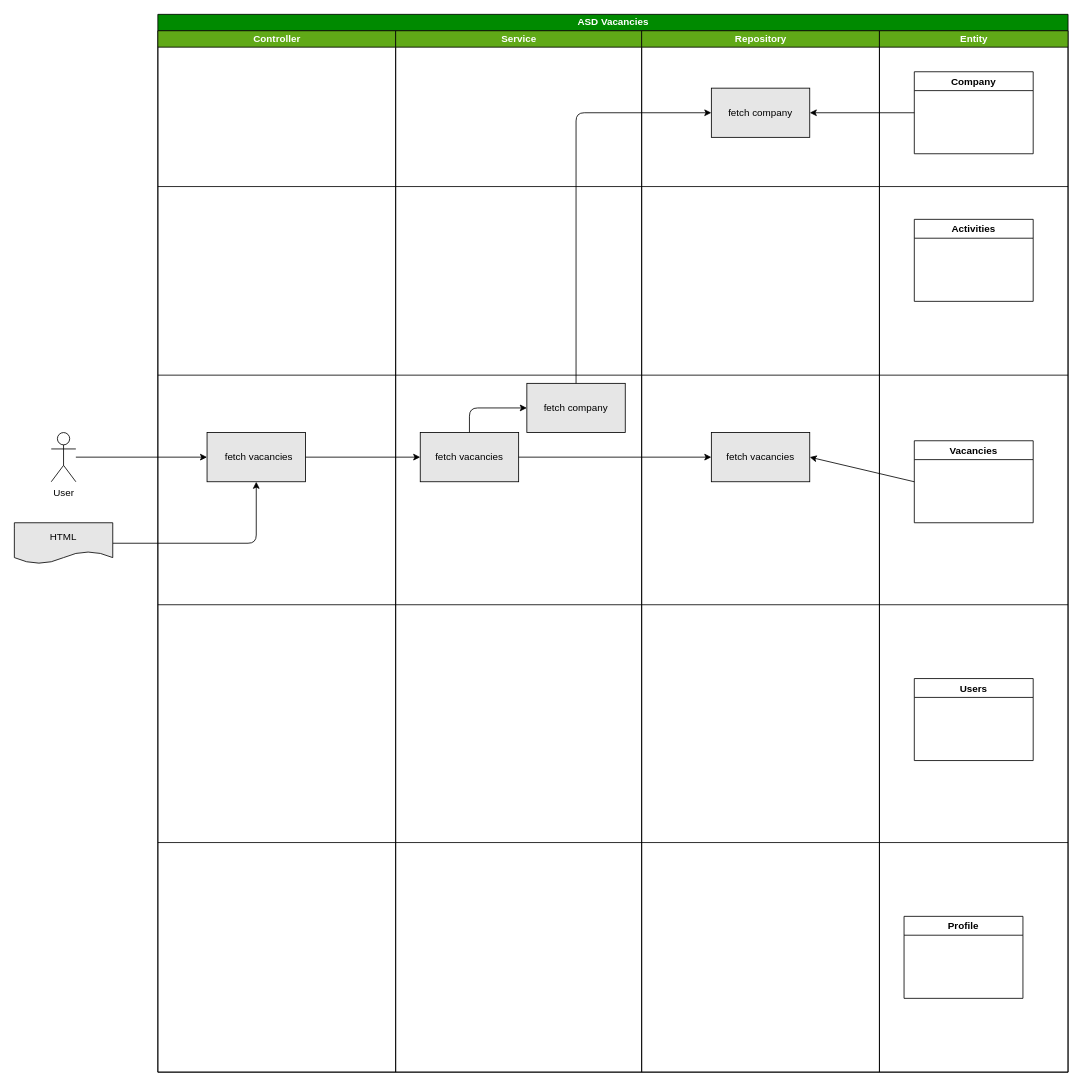
This is documents/asd/VAC-ASD-vacancies-AS-v1.drawio from AaronSaya/educom-symfony-1690191754, a draw.io file, before an edit. Source tidied: cells renumbered, new cells numbered last; positions are measured from the earlier drawing's top-left corner, leaving out a move shared by most shapes. Both pictures are drawn from the tidied source at 82%, with x=0, y=0 at pixel (14, 14).
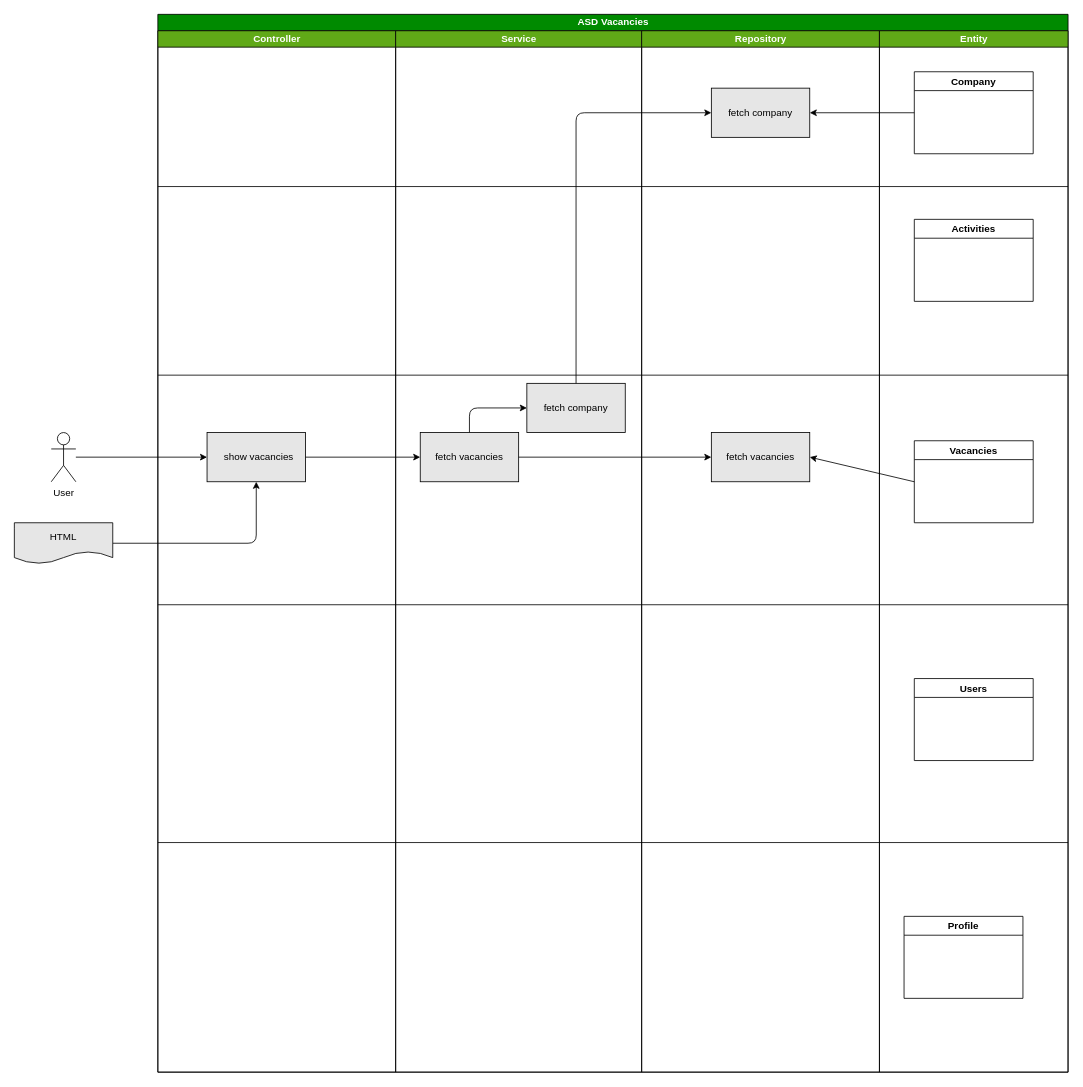
The same page after the edit.

Unchanged cells that the change refers to:
```xml
<mxCell id="3" value="Controller" style="swimlane;startSize=20;html=1;labelBackgroundColor=none;fillColor=#60a917;fontColor=#ffffff;strokeColor=#000000;" parent="2" vertex="1">
  <mxGeometry y="20" width="290" height="1270" as="geometry" />
</mxCell>
```

Change to the diagram source:
```diff
@@
-    <mxCell id="4" value="&amp;nbsp; fetch vacancies" style="rounded=0;whiteSpace=wrap;html=1;fillColor=#E6E6E6;align=center;fontColor=#000000;" parent="3" vertex="1">
+    <mxCell id="4" value="&amp;nbsp; show vacancies" style="rounded=0;whiteSpace=wrap;html=1;fillColor=#E6E6E6;align=center;fontColor=#000000;" parent="3" vertex="1">
       <mxGeometry x="60" y="490" width="120" height="60" as="geometry" />
     </mxCell>
```
